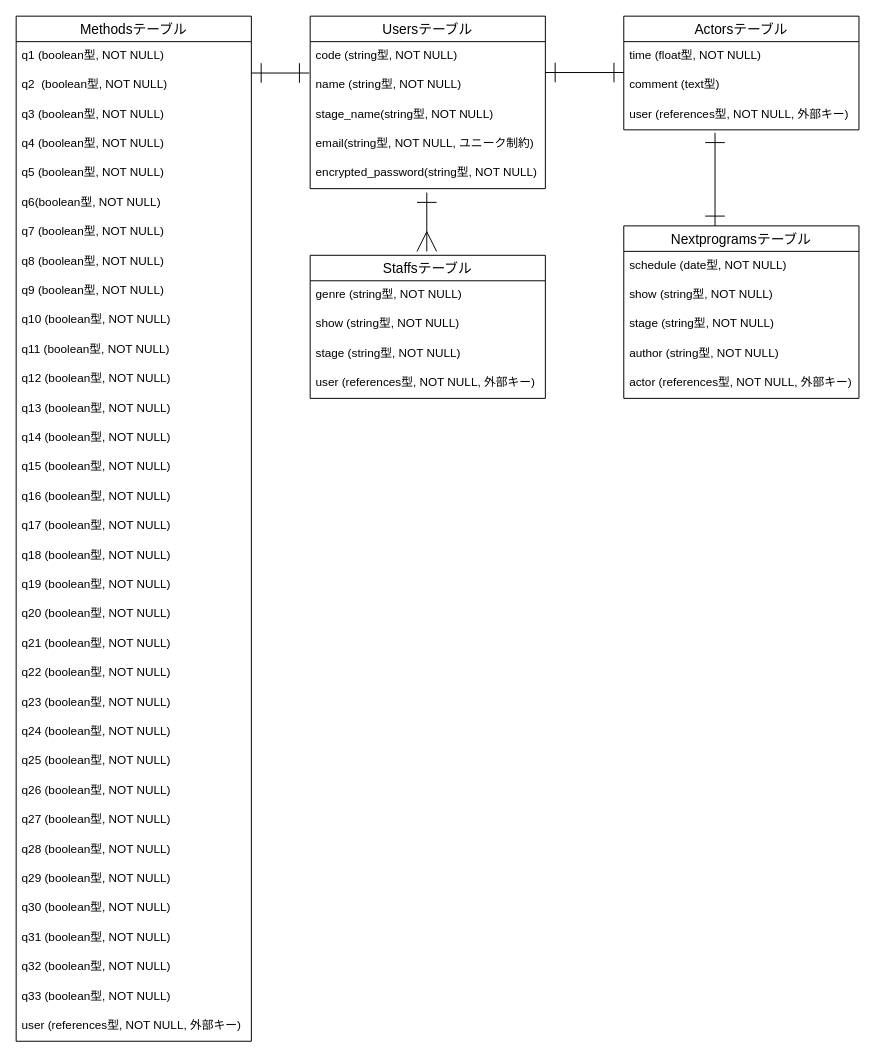
Earlier version of the draw.io diagram ER.dio (morishitami/makiniummy). Source tidied: cells renumbered, new cells numbered last; positions are measured from the earlier drawing's top-left corner, leaving out a move shared by most shapes. Both pictures are drawn from the tidied source at 98%, with x=0, y=0 at pixel (16, 16).
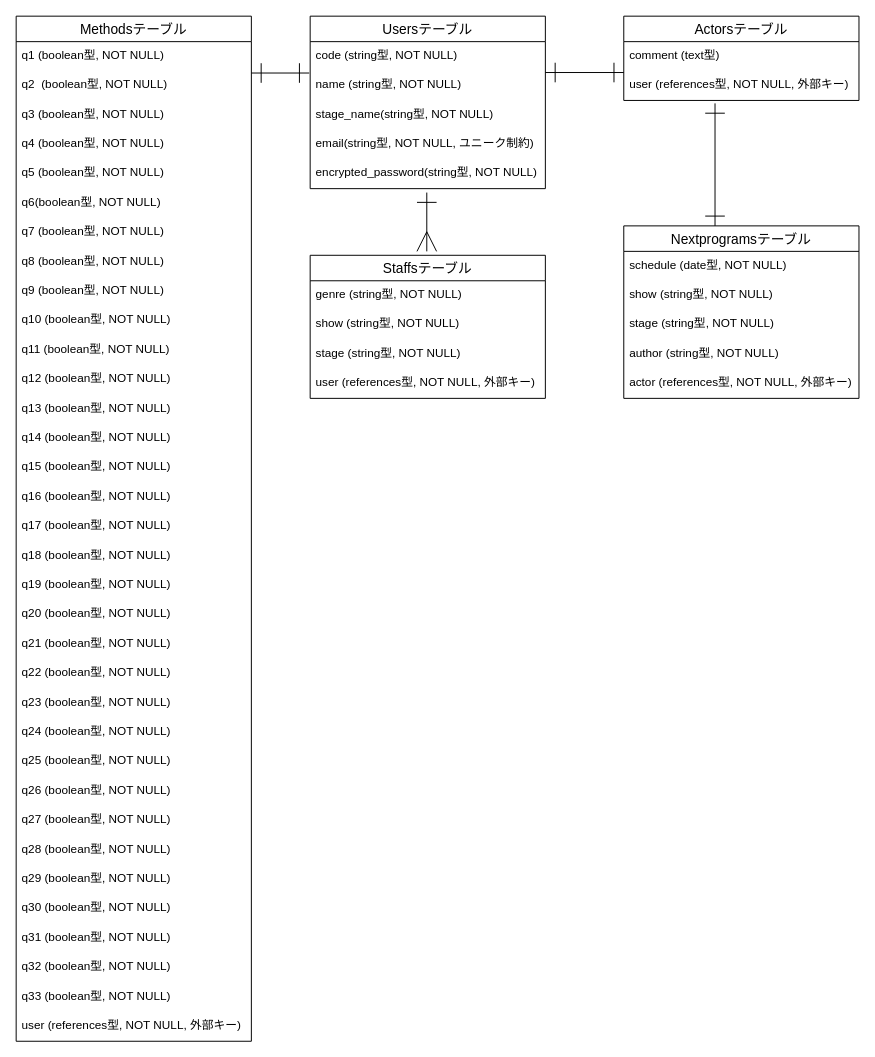
The same diagram, later.

Change to the diagram source:
```diff
@@
     <mxCell id="48" value="Actorsテーブル" style="swimlane;fontStyle=0;horizontal=1;startSize=26;align=center;fontSize=14;" parent="1" vertex="1">
-      <mxGeometry x="620" width="240" height="116" as="geometry" />
+      <mxGeometry x="620" width="240" height="86" as="geometry" />
     </mxCell>
-    <mxCell id="49" value="time (float型, NOT NULL)" style="text;strokeColor=none;fillColor=none;spacingLeft=4;spacingRight=4;overflow=hidden;fontSize=12;" parent="48" vertex="1">
-      <mxGeometry y="26" width="240" height="30" as="geometry" />
-    </mxCell>
     <mxCell id="50" value="comment (text型)" style="text;strokeColor=none;fillColor=none;spacingLeft=4;spacingRight=4;overflow=hidden;fontSize=12;" parent="48" vertex="1">
-      <mxGeometry y="56" width="240" height="30" as="geometry" />
+      <mxGeometry y="26" width="240" height="30" as="geometry" />
     </mxCell>
     <mxCell id="51" value="user (references型, NOT NULL, 外部キー)" style="text;strokeColor=none;fillColor=none;spacingLeft=4;spacingRight=4;overflow=hidden;points=[[0,0.5],[1,0.5]];portConstraint=eastwest;fontSize=12;" parent="48" vertex="1">
-      <mxGeometry y="86" width="240" height="30" as="geometry" />
+      <mxGeometry y="56" width="240" height="30" as="geometry" />
     </mxCell>
```
